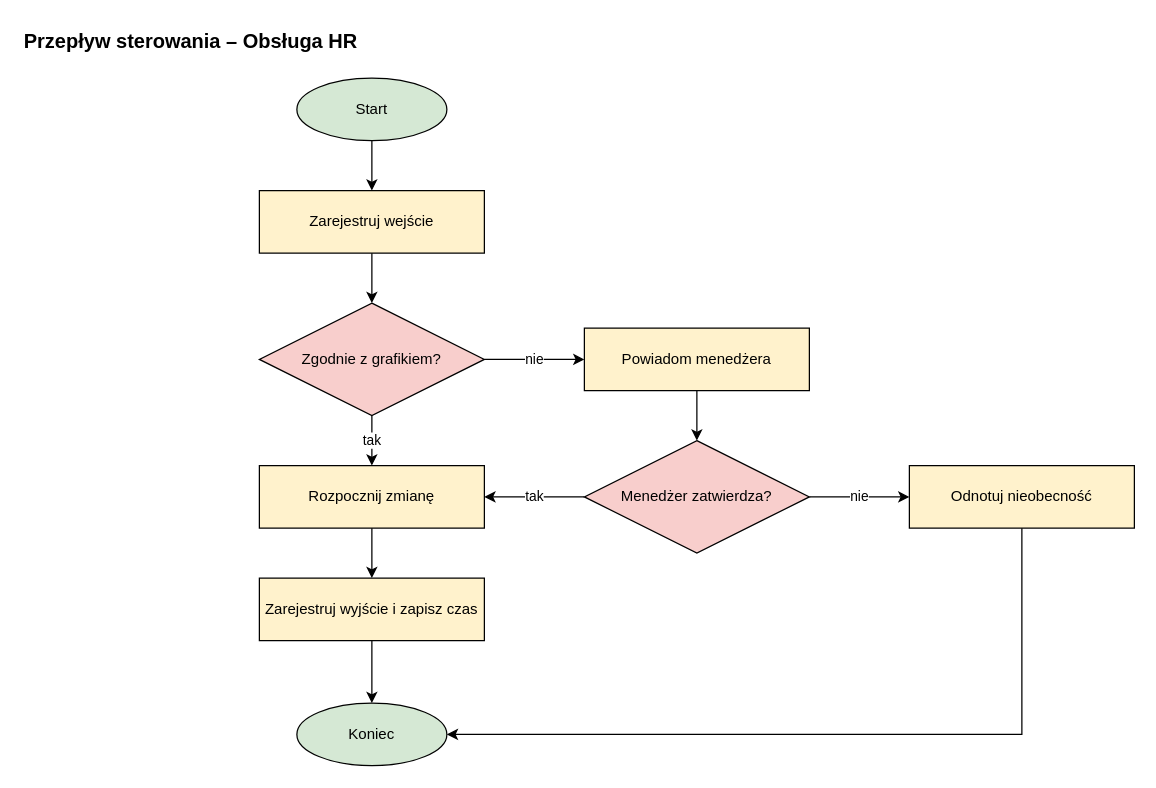
Earlier version of the draw.io diagram diagramy/03_przeplyw_sterowania/cfd_3_hr.drawio (olimo54323/OiZPI-laboratorium). Source tidied: cells renumbered, new cells numbered last; positions are measured from the earlier drawing's top-left corner, leaving out a move shared by most shapes. Both pictures are drawn from the tidied source at 125%, with x=0, y=0 at pixel (21, 21).
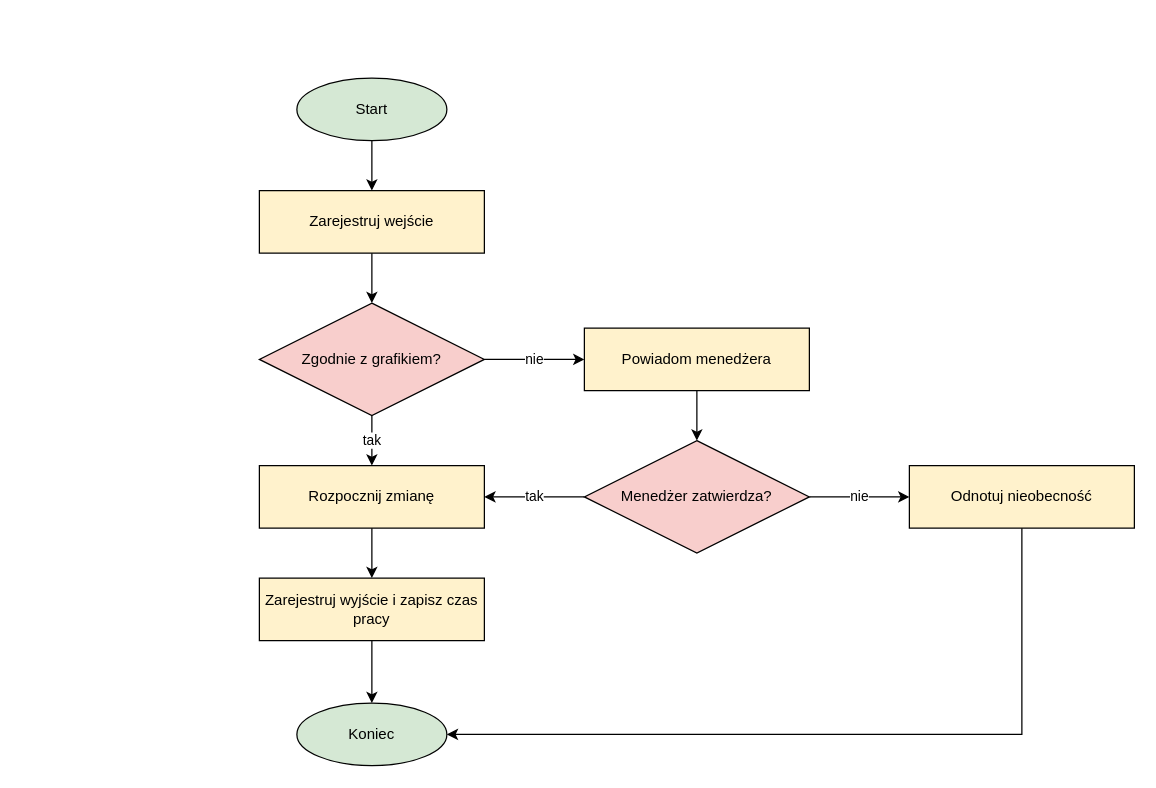
After the change.

Change to the diagram source:
```diff
@@
-    <mxCell id="2" value="Przepływ sterowania – Obsługa HR" style="text;html=1;align=left;verticalAlign=middle;fontSize=16;fontStyle=1;" parent="1" vertex="1">
-      <mxGeometry width="420" height="30" as="geometry" />
-    </mxCell>
@@
-    <mxCell id="7" value="Zarejestruj wyjście i zapisz czas" style="rounded=0;whiteSpace=wrap;html=1;fillColor=#fff2cc;strokeColor=#000000;fontSize=12;" parent="1" vertex="1">
+    <mxCell id="7" value="Zarejestruj wyjście i zapisz czas pracy" style="rounded=0;whiteSpace=wrap;html=1;fillColor=#fff2cc;strokeColor=#000000;fontSize=12;" parent="1" vertex="1">
       <mxGeometry x="190" y="445" width="180" height="50" as="geometry" />
     </mxCell>
```
